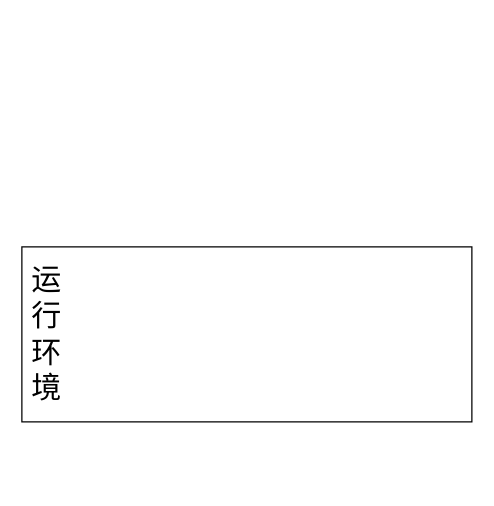
The draw.io diagram Untitled Diagram.drawio in smduan/draw.io, before the edit. Source tidied: cells renumbered, new cells numbered last; positions are measured from the earlier drawing's top-left corner, leaving out a move shared by most shapes. Both pictures are drawn from the tidied source at 125%, with x=0, y=0 at pixel (21, 246).
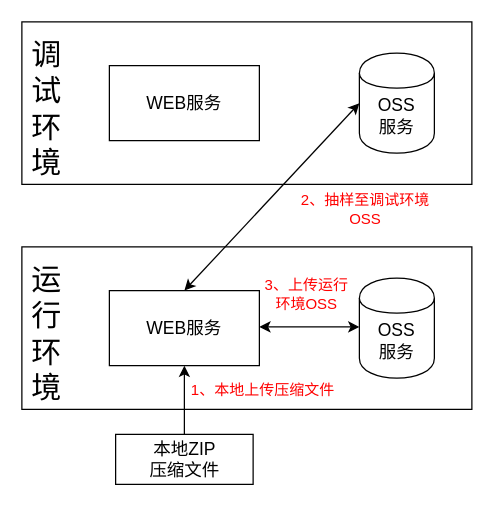
Above is the later version.

Commit message:
非结构化数据上传

The edit, as a diff of the source:
```diff
@@
     <mxCell id="2" style="rounded=0;whiteSpace=wrap;html=1;" parent="1" vertex="1">
-      <mxGeometry width="360" height="140" as="geometry" />
+      <mxGeometry width="360" height="130" as="geometry" />
     </mxCell>
@@
+    <mxCell id="4" style="rounded=0;whiteSpace=wrap;html=1;" parent="1" vertex="1">
+      <mxGeometry x="70" y="35" width="120" height="60" as="geometry" />
+    </mxCell>
+    <mxCell id="5" style="shape=cylinder;whiteSpace=wrap;html=1;boundedLbl=1;backgroundOutline=1;" parent="1" vertex="1">
+      <mxGeometry x="270" y="25" width="60" height="80" as="geometry" />
+    </mxCell>
+    <mxCell id="6" value="&lt;font style=&quot;font-size: 14px&quot;&gt;WEB服务&lt;/font&gt;" style="text;html=1;strokeColor=none;fillColor=none;align=center;verticalAlign=middle;whiteSpace=wrap;rounded=0;" parent="1" vertex="1">
+      <mxGeometry x="95" y="55" width="70" height="20" as="geometry" />
+    </mxCell>
+    <mxCell id="7" value="&lt;font style=&quot;font-size: 14px&quot;&gt;OSS服务&lt;/font&gt;" style="text;html=1;strokeColor=none;fillColor=none;align=center;verticalAlign=middle;whiteSpace=wrap;rounded=0;" parent="1" vertex="1">
+      <mxGeometry x="280" y="65" width="40" height="20" as="geometry" />
+    </mxCell>
+    <mxCell id="8" style="rounded=0;whiteSpace=wrap;html=1;" parent="1" vertex="1">
+      <mxGeometry y="-180" width="360" height="130" as="geometry" />
+    </mxCell>
+    <mxCell id="9" value="&lt;font style=&quot;font-size: 24px&quot;&gt;调试环境&lt;/font&gt;" style="text;html=1;strokeColor=none;fillColor=none;align=center;verticalAlign=middle;whiteSpace=wrap;rounded=0;" parent="1" vertex="1">
+      <mxGeometry x="10" y="-170" width="20" height="120" as="geometry" />
+    </mxCell>
+    <mxCell id="10" style="rounded=0;whiteSpace=wrap;html=1;" parent="1" vertex="1">
+      <mxGeometry x="70" y="-145" width="120" height="60" as="geometry" />
+    </mxCell>
+    <mxCell id="11" style="shape=cylinder;whiteSpace=wrap;html=1;boundedLbl=1;backgroundOutline=1;" parent="1" vertex="1">
+      <mxGeometry x="270" y="-155" width="60" height="80" as="geometry" />
+    </mxCell>
+    <mxCell id="12" value="&lt;font style=&quot;font-size: 14px&quot;&gt;WEB服务&lt;/font&gt;" style="text;html=1;strokeColor=none;fillColor=none;align=center;verticalAlign=middle;whiteSpace=wrap;rounded=0;" parent="1" vertex="1">
+      <mxGeometry x="95" y="-125" width="70" height="20" as="geometry" />
+    </mxCell>
+    <mxCell id="13" value="&lt;font style=&quot;font-size: 14px&quot;&gt;OSS服务&lt;/font&gt;" style="text;html=1;strokeColor=none;fillColor=none;align=center;verticalAlign=middle;whiteSpace=wrap;rounded=0;" parent="1" vertex="1">
+      <mxGeometry x="280" y="-115" width="40" height="20" as="geometry" />
+    </mxCell>
+    <mxCell id="14" style="endArrow=classic;startArrow=classic;html=1;" parent="1" edge="1">
+      <mxGeometry relative="1" as="geometry">
+        <mxPoint x="190" y="64" as="sourcePoint" />
+        <mxPoint x="270" y="64" as="targetPoint" />
+      </mxGeometry>
+    </mxCell>
+    <mxCell id="15" style="endArrow=classic;startArrow=classic;html=1;entryX=0;entryY=0.5;entryDx=0;entryDy=0;exitX=0.5;exitY=0;exitDx=0;exitDy=0;" parent="1" edge="1" source="4" target="11">
+      <mxGeometry relative="1" as="geometry" />
+    </mxCell>
+    <mxCell id="16" style="edgeStyle=orthogonalEdgeStyle;rounded=0;jettySize=auto;html=1;exitX=0.5;exitY=0;exitDx=0;exitDy=0;entryX=0.5;entryY=1;entryDx=0;entryDy=0;" parent="1" edge="1" source="17" target="4">
+      <mxGeometry relative="1" as="geometry" />
+    </mxCell>
+    <mxCell id="17" style="rounded=0;whiteSpace=wrap;html=1;" parent="1" vertex="1">
+      <mxGeometry x="75" y="150" width="110" height="40" as="geometry" />
+    </mxCell>
+    <mxCell id="18" value="&lt;font style=&quot;font-size: 14px&quot;&gt;本地ZIP压缩文件&lt;/font&gt;" style="text;html=1;strokeColor=none;fillColor=none;align=center;verticalAlign=middle;whiteSpace=wrap;rounded=0;" parent="1" vertex="1">
+      <mxGeometry x="97.5" y="157.5" width="65" height="25" as="geometry" />
+    </mxCell>
+    <mxCell id="19" value="&lt;font color=&quot;#ff0000&quot;&gt;1、本地上传压缩文件&lt;/font&gt;" style="text;html=1;strokeColor=none;fillColor=none;align=center;verticalAlign=middle;whiteSpace=wrap;rounded=0;" parent="1" vertex="1">
+      <mxGeometry x="133" y="105" width="120" height="20" as="geometry" />
+    </mxCell>
+    <mxCell id="20" value="&lt;font color=&quot;#ff0000&quot;&gt;2、抽样至调试环境OSS&lt;/font&gt;" style="text;html=1;strokeColor=none;fillColor=none;align=center;verticalAlign=middle;whiteSpace=wrap;rounded=0;" parent="1" vertex="1">
+      <mxGeometry x="210" y="-40" width="130" height="20" as="geometry" />
+    </mxCell>
+    <mxCell id="21" value="&lt;font color=&quot;#ff0000&quot;&gt;3、上传运行环境OSS&lt;/font&gt;" style="text;html=1;strokeColor=none;fillColor=none;align=center;verticalAlign=middle;whiteSpace=wrap;rounded=0;" parent="1" vertex="1">
+      <mxGeometry x="193" y="20" width="70" height="35" as="geometry" />
+    </mxCell>
```
